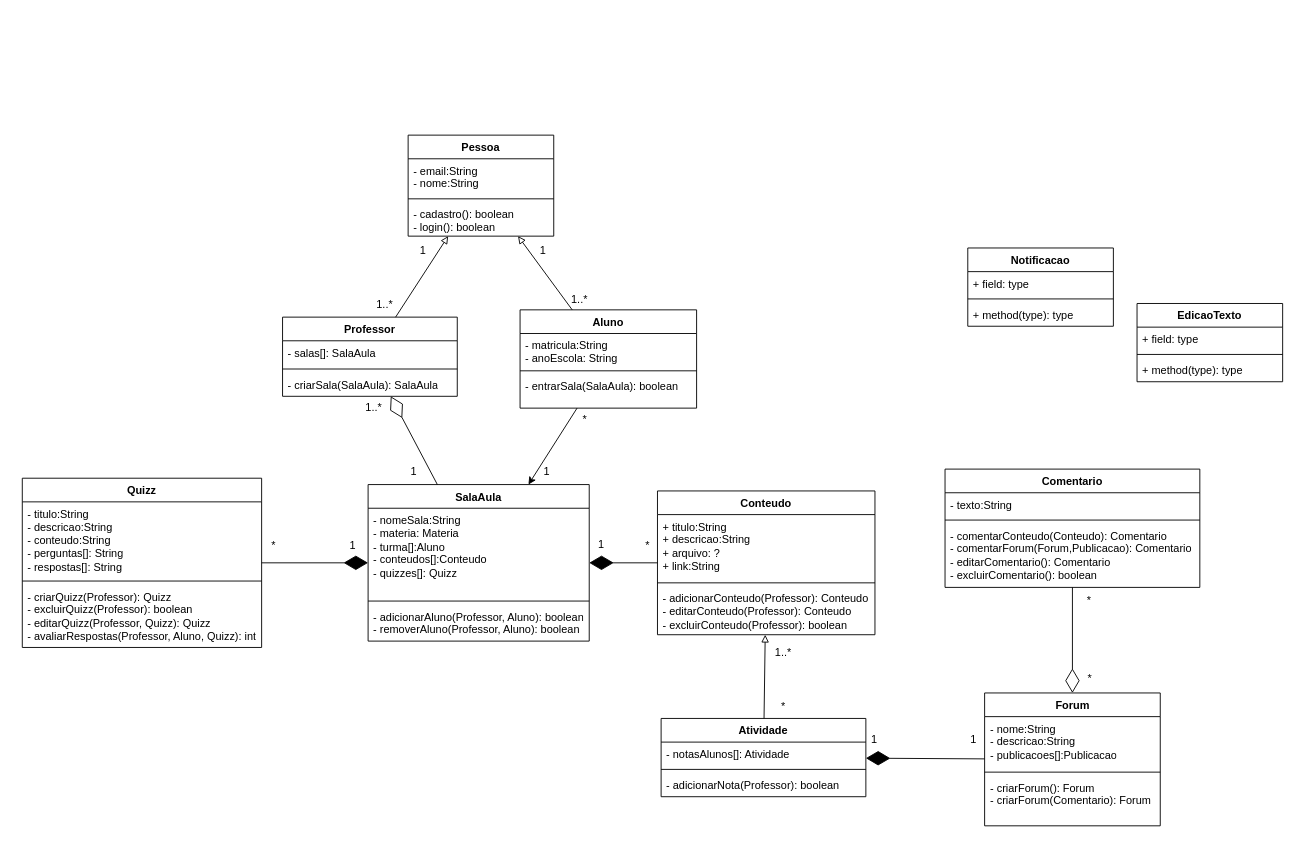
Earlier version of the draw.io diagram diagramas/classe/diagrama-de-classe.drawio (Alicia-Miranda/MasterClass). Source tidied: cells renumbered, new cells numbered last; positions are measured from the earlier drawing's top-left corner, leaving out a move shared by most shapes. Both pictures are drawn from the tidied source at 91%, with x=0, y=0 at pixel (22, 135).
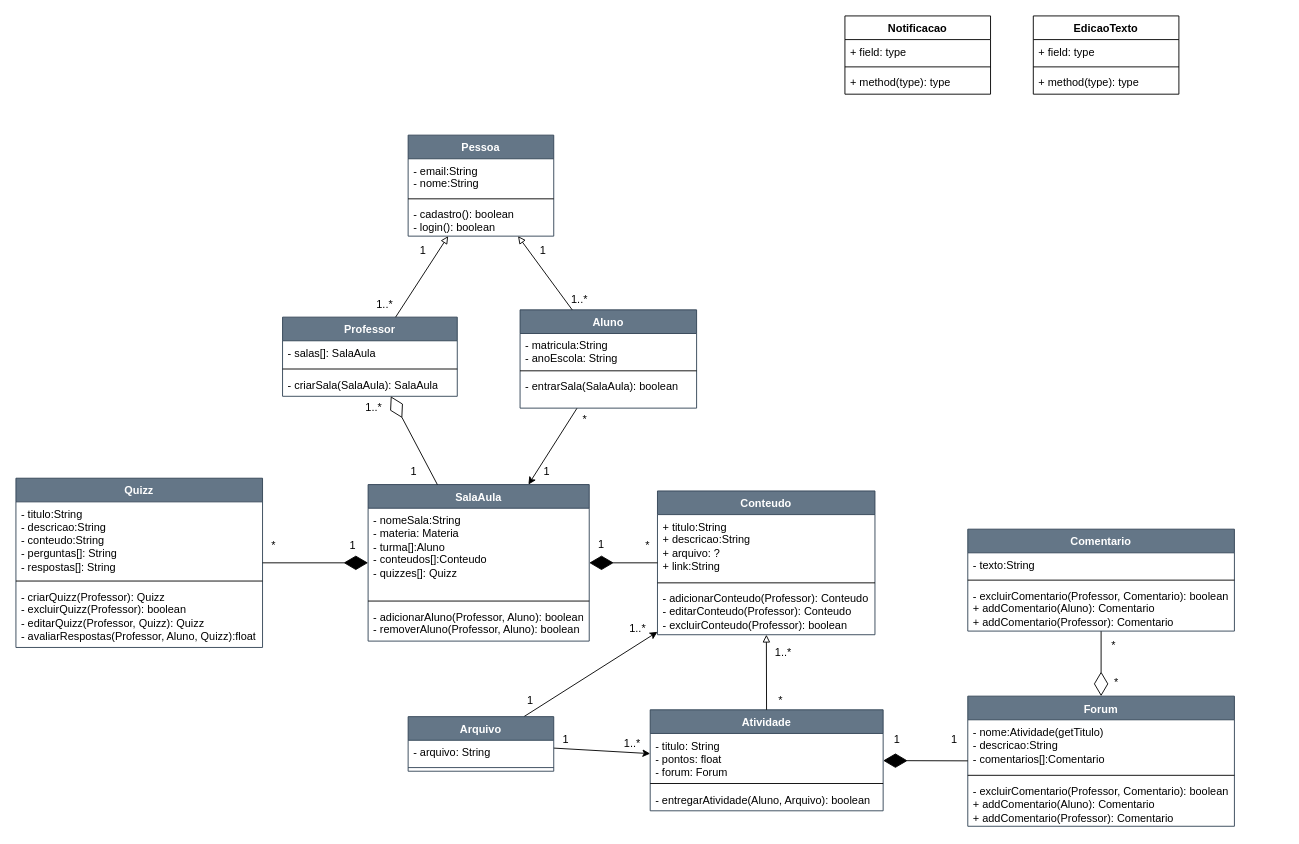
The same page after the edit.

Change to the diagram source:
```diff
@@
-    <mxCell id="2" value="Pessoa" style="swimlane;fontStyle=1;align=center;verticalAlign=top;horizontal=1;startSize=26;whiteSpace=wrap;html=1;" parent="1" vertex="1">
+    <mxCell id="2" value="Pessoa" style="swimlane;fontStyle=1;align=center;verticalAlign=top;horizontal=1;startSize=26;whiteSpace=wrap;html=1;fillColor=#647687;strokeColor=#314354;fontColor=#ffffff;" parent="1" vertex="1">
       <mxGeometry x="424" width="160" height="111" as="geometry" />
     </mxCell>
@@
-    <mxCell id="7" value="Aluno" style="swimlane;fontStyle=1;align=center;verticalAlign=top;horizontal=1;startSize=26;whiteSpace=wrap;html=1;" parent="1" vertex="1">
+    <mxCell id="7" value="Aluno" style="swimlane;fontStyle=1;align=center;verticalAlign=top;horizontal=1;startSize=26;whiteSpace=wrap;html=1;fillColor=#647687;fontColor=#ffffff;strokeColor=#314354;" parent="1" vertex="1">
       <mxGeometry x="547" y="192" width="194" height="108" as="geometry" />
     </mxCell>
@@
-    <mxCell id="11" value="Professor" style="swimlane;fontStyle=1;align=center;verticalAlign=top;horizontal=1;startSize=26;whiteSpace=wrap;html=1;" parent="1" vertex="1">
+    <mxCell id="11" value="Professor" style="swimlane;fontStyle=1;align=center;verticalAlign=top;horizontal=1;startSize=26;whiteSpace=wrap;html=1;fillColor=#647687;fontColor=#ffffff;strokeColor=#314354;" parent="1" vertex="1">
       <mxGeometry x="286" y="200" width="192" height="87" as="geometry" />
     </mxCell>
@@
-    <mxCell id="15" value="SalaAula" style="swimlane;fontStyle=1;align=center;verticalAlign=top;horizontal=1;startSize=26;whiteSpace=wrap;html=1;" parent="1" vertex="1">
+    <mxCell id="15" value="SalaAula" style="swimlane;fontStyle=1;align=center;verticalAlign=top;horizontal=1;startSize=26;whiteSpace=wrap;html=1;fillColor=#647687;fontColor=#ffffff;strokeColor=#314354;" parent="1" vertex="1">
       <mxGeometry x="380" y="384" width="243" height="172" as="geometry" />
     </mxCell>
@@
-    <mxCell id="19" value="Conteudo" style="swimlane;fontStyle=1;align=center;verticalAlign=top;horizontal=1;startSize=26;whiteSpace=wrap;html=1;" parent="1" vertex="1">
+    <mxCell id="19" value="Conteudo" style="swimlane;fontStyle=1;align=center;verticalAlign=top;horizontal=1;startSize=26;whiteSpace=wrap;html=1;fillColor=#647687;fontColor=#ffffff;strokeColor=#314354;" parent="1" vertex="1">
       <mxGeometry x="698" y="391" width="239" height="158" as="geometry" />
     </mxCell>
@@
-    <mxCell id="23" value="Comentario" style="swimlane;fontStyle=1;align=center;verticalAlign=top;horizontal=1;startSize=26;whiteSpace=wrap;html=1;" parent="1" vertex="1">
-      <mxGeometry x="1014" y="367" width="280" height="130" as="geometry" />
-    </mxCell>
-    <mxCell id="24" value="- texto:String" style="text;align=left;verticalAlign=top;spacingLeft=4;spacingRight=4;overflow=hidden;whiteSpace=wrap;html=1;" parent="23" vertex="1">
-      <mxGeometry y="26" width="280" height="26" as="geometry" />
-    </mxCell>
-    <mxCell id="25" style="line;strokeWidth=1;align=left;verticalAlign=middle;spacingTop=-1;spacingLeft=3;spacingRight=3;labelPosition=right;" parent="23" vertex="1">
-      <mxGeometry y="52" width="280" height="8" as="geometry" />
-    </mxCell>
-    <mxCell id="26" value="- comentarConteudo(Conteudo): Comentario&lt;br&gt;- comentarForum(Forum,Publicacao): Comentario&lt;br&gt;- editarComentario(): Comentario&lt;div&gt;- excluirComentario(): boolean&lt;br&gt;&lt;/div&gt;" style="text;align=left;verticalAlign=top;spacingLeft=4;spacingRight=4;overflow=hidden;whiteSpace=wrap;html=1;" parent="23" vertex="1">
-      <mxGeometry y="60" width="280" height="70" as="geometry" />
-    </mxCell>
-    <mxCell id="27" value="Forum" style="swimlane;fontStyle=1;align=center;verticalAlign=top;horizontal=1;startSize=26;whiteSpace=wrap;html=1;" parent="1" vertex="1">
-      <mxGeometry x="1057.5" y="613" width="193" height="146" as="geometry" />
+    <mxCell id="27" value="Forum" style="swimlane;fontStyle=1;align=center;verticalAlign=top;horizontal=1;startSize=26;whiteSpace=wrap;html=1;fillColor=#647687;fontColor=#ffffff;strokeColor=#314354;" parent="1" vertex="1">
+      <mxGeometry x="1039" y="616.5" width="293" height="143" as="geometry" />
     </mxCell>
-    <mxCell id="28" value="- nome:String&lt;br&gt;- descricao:String&lt;div&gt;- publicacoes[]:Publicacao&lt;/div&gt;" style="text;align=left;verticalAlign=top;spacingLeft=4;spacingRight=4;overflow=hidden;whiteSpace=wrap;html=1;" parent="27" vertex="1">
-      <mxGeometry y="26" width="193" height="57" as="geometry" />
+    <mxCell id="28" value="- nome:Atividade(getTitulo)&lt;br&gt;- descricao:String&lt;div&gt;- comentarios[]:Comentario&lt;/div&gt;" style="text;align=left;verticalAlign=top;spacingLeft=4;spacingRight=4;overflow=hidden;whiteSpace=wrap;html=1;" parent="27" vertex="1">
+      <mxGeometry y="26" width="293" height="57" as="geometry" />
     </mxCell>
     <mxCell id="29" style="line;strokeWidth=1;align=left;verticalAlign=middle;spacingTop=-1;spacingLeft=3;spacingRight=3;labelPosition=right;" parent="27" vertex="1">
-      <mxGeometry y="83" width="193" height="8" as="geometry" />
+      <mxGeometry y="83" width="293" height="8" as="geometry" />
     </mxCell>
-    <mxCell id="30" value="- criarForum(): Forum&lt;div&gt;- criarForum(Comentario): Forum&lt;/div&gt;" style="text;align=left;verticalAlign=top;spacingLeft=4;spacingRight=4;overflow=hidden;whiteSpace=wrap;html=1;" parent="27" vertex="1">
-      <mxGeometry y="91" width="193" height="55" as="geometry" />
+    <mxCell id="30" value="- excluirComentario(Professor, Comentario): boolean&lt;br&gt;+ addComentario(Aluno): Comentario&lt;br&gt;+ addComentario(Professor): Comentario" style="text;align=left;verticalAlign=top;spacingLeft=4;spacingRight=4;overflow=hidden;whiteSpace=wrap;html=1;" parent="27" vertex="1">
+      <mxGeometry y="91" width="293" height="52" as="geometry" />
     </mxCell>
@@
-    <mxCell id="37" value="Quizz" style="swimlane;fontStyle=1;align=center;verticalAlign=top;horizontal=1;startSize=26;whiteSpace=wrap;html=1;" parent="1" vertex="1">
-      <mxGeometry y="377" width="263" height="186" as="geometry" />
+    <mxCell id="37" value="Quizz" style="swimlane;fontStyle=1;align=center;verticalAlign=top;horizontal=1;startSize=26;whiteSpace=wrap;html=1;fillColor=#647687;fontColor=#ffffff;strokeColor=#314354;" parent="1" vertex="1">
+      <mxGeometry x="-7" y="377" width="271" height="186" as="geometry" />
     </mxCell>
     <mxCell id="38" value="- titulo:String&lt;br&gt;- descricao:String&lt;div&gt;- conteudo:String&lt;/div&gt;&lt;div&gt;- perguntas[]: String&lt;/div&gt;&lt;div&gt;- respostas[]: String&lt;/div&gt;" style="text;align=left;verticalAlign=top;spacingLeft=4;spacingRight=4;overflow=hidden;whiteSpace=wrap;html=1;" parent="37" vertex="1">
-      <mxGeometry y="26" width="263" height="83" as="geometry" />
+      <mxGeometry y="26" width="271" height="83" as="geometry" />
     </mxCell>
     <mxCell id="39" style="line;strokeWidth=1;align=left;verticalAlign=middle;spacingTop=-1;spacingLeft=3;spacingRight=3;labelPosition=right;" parent="37" vertex="1">
-      <mxGeometry y="109" width="263" height="8" as="geometry" />
+      <mxGeometry y="109" width="271" height="8" as="geometry" />
     </mxCell>
-    <mxCell id="40" value="- criarQuizz(Professor): Quizz&lt;div&gt;- excluirQuizz(Professor): boolean&lt;br&gt;- editarQuizz(Professor, Quizz): Quizz&lt;br&gt;- avaliarRespostas(Professor, Aluno, Quizz): int&lt;/div&gt;" style="text;align=left;verticalAlign=top;spacingLeft=4;spacingRight=4;overflow=hidden;whiteSpace=wrap;html=1;" parent="37" vertex="1">
-      <mxGeometry y="117" width="263" height="69" as="geometry" />
+    <mxCell id="40" value="- criarQuizz(Professor): Quizz&lt;div&gt;- excluirQuizz(Professor): boolean&lt;br&gt;- editarQuizz(Professor, Quizz): Quizz&lt;br&gt;- avaliarRespostas(Professor, Aluno, Quizz):float&lt;/div&gt;" style="text;align=left;verticalAlign=top;spacingLeft=4;spacingRight=4;overflow=hidden;whiteSpace=wrap;html=1;" parent="37" vertex="1">
+      <mxGeometry y="117" width="271" height="69" as="geometry" />
     </mxCell>
     <mxCell id="41" value="*" style="text;html=1;align=center;verticalAlign=middle;" parent="1" vertex="1">
-      <mxGeometry x="1161.5" y="584" width="23" height="26" as="geometry" />
+      <mxGeometry x="1190" y="589" width="23" height="26" as="geometry" />
     </mxCell>
     <mxCell id="42" value="*" style="text;html=1;align=center;verticalAlign=middle;" parent="1" vertex="1">
-      <mxGeometry x="1160" y="499" width="23" height="26" as="geometry" />
+      <mxGeometry x="1187" y="548" width="23" height="26" as="geometry" />
     </mxCell>
@@
-    <mxCell id="44" value="Atividade" style="swimlane;fontStyle=1;align=center;verticalAlign=top;horizontal=1;startSize=26;whiteSpace=wrap;html=1;" parent="1" vertex="1">
-      <mxGeometry x="702" y="641" width="225" height="86" as="geometry" />
+    <mxCell id="44" value="Atividade" style="swimlane;fontStyle=1;align=center;verticalAlign=top;horizontal=1;startSize=26;whiteSpace=wrap;html=1;fillColor=#647687;fontColor=#ffffff;strokeColor=#314354;" parent="1" vertex="1">
+      <mxGeometry x="690" y="631.5" width="256" height="111" as="geometry" />
     </mxCell>
-    <mxCell id="45" value="- notasAlunos[]: Atividade" style="text;align=left;verticalAlign=top;spacingLeft=4;spacingRight=4;overflow=hidden;whiteSpace=wrap;html=1;" parent="44" vertex="1">
-      <mxGeometry y="26" width="225" height="26" as="geometry" />
+    <mxCell id="45" value="- titulo: String&lt;br&gt;- pontos: float&lt;br&gt;- forum: Forum" style="text;align=left;verticalAlign=top;spacingLeft=4;spacingRight=4;overflow=hidden;whiteSpace=wrap;html=1;" parent="44" vertex="1">
+      <mxGeometry y="26" width="256" height="51" as="geometry" />
     </mxCell>
     <mxCell id="46" style="line;strokeWidth=1;align=left;verticalAlign=middle;spacingTop=-1;spacingLeft=3;spacingRight=3;labelPosition=right;" parent="44" vertex="1">
-      <mxGeometry y="52" width="225" height="8" as="geometry" />
+      <mxGeometry y="77" width="256" height="8" as="geometry" />
     </mxCell>
-    <mxCell id="47" value="- adicionarNota(Professor): boolean" style="text;align=left;verticalAlign=top;spacingLeft=4;spacingRight=4;overflow=hidden;whiteSpace=wrap;html=1;" parent="44" vertex="1">
-      <mxGeometry y="60" width="225" height="26" as="geometry" />
+    <mxCell id="47" value="- entregarAtividade(Aluno, Arquivo): boolean" style="text;align=left;verticalAlign=top;spacingLeft=4;spacingRight=4;overflow=hidden;whiteSpace=wrap;html=1;" parent="44" vertex="1">
+      <mxGeometry y="85" width="256" height="26" as="geometry" />
     </mxCell>
@@
     <mxCell id="49" value="*" style="text;html=1;align=center;verticalAlign=middle;" parent="1" vertex="1">
-      <mxGeometry x="824.5" y="615" width="23" height="26" as="geometry" />
+      <mxGeometry x="821.5" y="609" width="23" height="26" as="geometry" />
     </mxCell>
@@
     <mxCell id="62" value="1" style="text;html=1;align=center;verticalAlign=middle;strokeColor=none;fillColor=none;" parent="1" vertex="1">
-      <mxGeometry x="923" y="651" width="25" height="26" as="geometry" />
+      <mxGeometry x="948" y="651" width="25" height="26" as="geometry" />
     </mxCell>
     <mxCell id="63" value="1" style="text;html=1;align=center;verticalAlign=middle;strokeColor=none;fillColor=none;" parent="1" vertex="1">
-      <mxGeometry x="1032.5" y="651" width="25" height="26" as="geometry" />
+      <mxGeometry x="1011" y="651" width="25" height="26" as="geometry" />
     </mxCell>
     <mxCell id="64" value="EdicaoTexto" style="swimlane;fontStyle=1;align=center;verticalAlign=top;horizontal=1;startSize=26;" parent="1" vertex="1">
-      <mxGeometry x="1225" y="185" width="160" height="86" as="geometry" />
+      <mxGeometry x="1111" y="-131" width="160" height="86" as="geometry" />
     </mxCell>
@@
     <mxCell id="68" value="Notificacao" style="swimlane;fontStyle=1;align=center;verticalAlign=top;horizontal=1;startSize=26;" parent="1" vertex="1">
-      <mxGeometry x="1039" y="124" width="160" height="86" as="geometry" />
+      <mxGeometry x="904" y="-131" width="160" height="86" as="geometry" />
     </mxCell>
@@
+    <mxCell id="73" style="edgeStyle=none;html=1;" parent="1" edge="1" source="75" target="19">
+      <mxGeometry relative="1" as="geometry" />
+    </mxCell>
+    <mxCell id="74" style="edgeStyle=none;html=1;" parent="1" edge="1" source="75" target="44">
+      <mxGeometry relative="1" as="geometry" />
+    </mxCell>
+    <mxCell id="75" value="Arquivo" style="swimlane;fontStyle=1;align=center;verticalAlign=top;horizontal=1;startSize=26;fillColor=#647687;fontColor=#ffffff;strokeColor=#314354;" parent="1" vertex="1">
+      <mxGeometry x="424" y="639" width="160" height="60" as="geometry" />
+    </mxCell>
+    <mxCell id="76" value="- arquivo: String" style="text;strokeColor=none;fillColor=none;align=left;verticalAlign=top;spacingLeft=4;spacingRight=4;overflow=hidden;" parent="75" vertex="1">
+      <mxGeometry y="26" width="160" height="26" as="geometry" />
+    </mxCell>
+    <mxCell id="77" style="line;strokeWidth=1;fillColor=none;align=left;verticalAlign=middle;spacingTop=-1;spacingLeft=3;spacingRight=3;labelPosition=right;strokeColor=inherit;" parent="75" vertex="1">
+      <mxGeometry y="52" width="160" height="8" as="geometry" />
+    </mxCell>
+    <mxCell id="23" value="Comentario" style="swimlane;fontStyle=1;align=center;verticalAlign=top;horizontal=1;startSize=26;whiteSpace=wrap;html=1;fillColor=#647687;fontColor=#ffffff;strokeColor=#314354;" parent="1" vertex="1">
+      <mxGeometry x="1039" y="433" width="293" height="112" as="geometry" />
+    </mxCell>
+    <mxCell id="24" value="- texto:String" style="text;align=left;verticalAlign=top;spacingLeft=4;spacingRight=4;overflow=hidden;whiteSpace=wrap;html=1;" parent="23" vertex="1">
+      <mxGeometry y="26" width="293" height="26" as="geometry" />
+    </mxCell>
+    <mxCell id="78" style="line;strokeWidth=1;align=left;verticalAlign=middle;spacingTop=-1;spacingLeft=3;spacingRight=3;labelPosition=right;" parent="23" vertex="1">
+      <mxGeometry y="52" width="293" height="8" as="geometry" />
+    </mxCell>
+    <mxCell id="79" value="- excluirComentario(Professor, Comentario): boolean&lt;br&gt;+ addComentario(Aluno): Comentario&lt;br&gt;+ addComentario(Professor): Comentario" style="text;align=left;verticalAlign=top;spacingLeft=4;spacingRight=4;overflow=hidden;whiteSpace=wrap;html=1;" parent="23" vertex="1">
+      <mxGeometry y="60" width="293" height="52" as="geometry" />
+    </mxCell>
+    <mxCell id="80" value="1" style="text;html=1;align=center;verticalAlign=middle;strokeColor=none;fillColor=none;" parent="1" vertex="1">
+      <mxGeometry x="545" y="609" width="25" height="26" as="geometry" />
+    </mxCell>
+    <mxCell id="81" value="1..*" style="text;html=1;align=center;verticalAlign=middle;strokeColor=none;fillColor=none;" parent="1" vertex="1">
+      <mxGeometry x="658" y="530" width="36" height="26" as="geometry" />
+    </mxCell>
+    <mxCell id="82" value="1..*" style="text;html=1;align=center;verticalAlign=middle;strokeColor=none;fillColor=none;" parent="1" vertex="1">
+      <mxGeometry x="652" y="656" width="36" height="26" as="geometry" />
+    </mxCell>
+    <mxCell id="83" value="1" style="text;html=1;align=center;verticalAlign=middle;strokeColor=none;fillColor=none;" parent="1" vertex="1">
+      <mxGeometry x="584" y="651" width="25" height="26" as="geometry" />
+    </mxCell>
```
